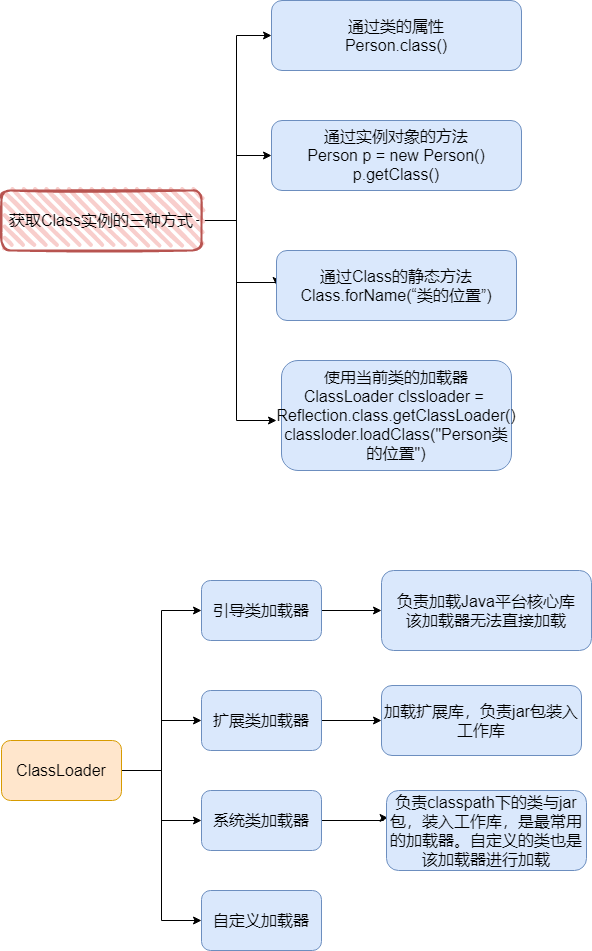
kusuzi/LearnJava keeps this draw.io diagram as Java/反射.png. Above is the earlier version. Source tidied: cells renumbered, new cells last; positions are measured from the earlier drawing's top-left corner, leaving out a move shared by most shapes.
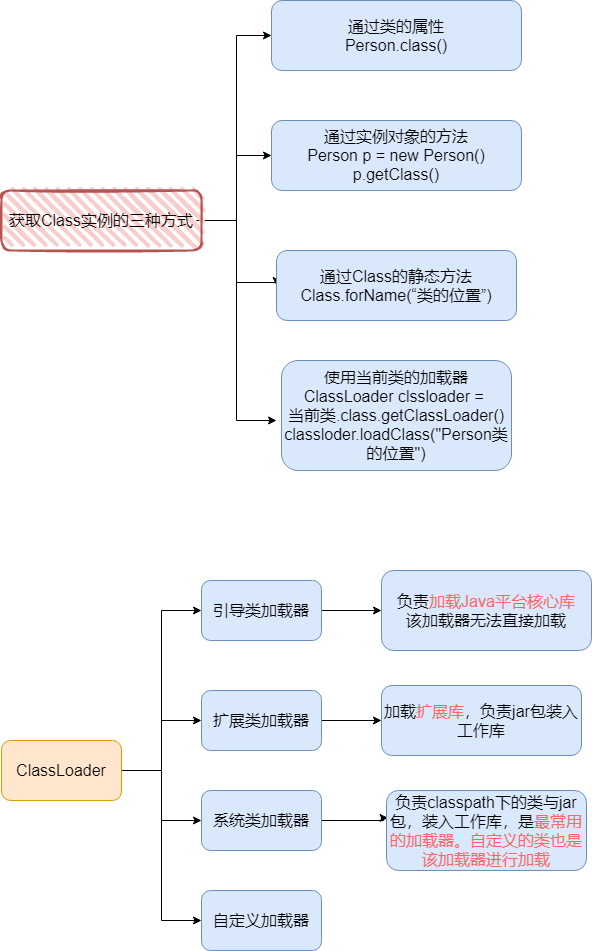
After the change.

Change to the diagram source:
```diff
@@ -40,7 +40,7 @@
     <mxCell id="9" value="通过Class的静态方法&lt;br style=&quot;font-size: 16px;&quot;&gt;Class.forName(“类的位置”)" style="rounded=1;whiteSpace=wrap;html=1;strokeColor=#6c8ebf;fillColor=#dae8fc;fontSize=16;" parent="1" vertex="1">
       <mxGeometry x="275" y="250" width="240" height="70" as="geometry" />
     </mxCell>
-    <mxCell id="10" value="使用当前类的加载器&lt;br&gt;ClassLoader clssloader = &lt;br&gt;Reflection.class.getClassLoader()&lt;br&gt;classloder.loadClass(&quot;Person类的位置&quot;)" style="rounded=1;whiteSpace=wrap;html=1;strokeColor=#6c8ebf;fillColor=#dae8fc;fontSize=16;" parent="1" vertex="1">
+    <mxCell id="10" value="使用当前类的加载器&lt;br&gt;ClassLoader clssloader = &lt;br&gt;当前类.class.getClassLoader()&lt;br&gt;classloder.loadClass(&quot;Person类的位置&quot;)" style="rounded=1;whiteSpace=wrap;html=1;strokeColor=#6c8ebf;fillColor=#dae8fc;fontSize=16;" parent="1" vertex="1">
       <mxGeometry x="280" y="360" width="230" height="110" as="geometry" />
     </mxCell>
     <mxCell id="11" style="edgeStyle=orthogonalEdgeStyle;rounded=0;jettySize=auto;html=1;entryX=0;entryY=0.5;entryDx=0;entryDy=0;fontSize=16;" parent="1" edge="1" source="15" target="17">
@@ -83,13 +83,13 @@
     <mxCell id="22" value="自定义加载器" style="rounded=1;whiteSpace=wrap;html=1;fontSize=16;strokeColor=#6c8ebf;fillColor=#dae8fc;" parent="1" vertex="1">
       <mxGeometry x="200" y="890" width="120" height="60" as="geometry" />
     </mxCell>
-    <mxCell id="23" value="负责加载Java平台核心库&lt;br&gt;该加载器无法直接加载" style="rounded=1;whiteSpace=wrap;html=1;fontSize=16;strokeColor=#6c8ebf;fillColor=#dae8fc;" parent="1" vertex="1">
+    <mxCell id="23" value="负责&lt;font color=&quot;#ff6666&quot;&gt;加载Java平台核心库&lt;/font&gt;&lt;br&gt;该加载器无法直接加载" style="rounded=1;whiteSpace=wrap;html=1;fontSize=16;strokeColor=#6c8ebf;fillColor=#dae8fc;" parent="1" vertex="1">
       <mxGeometry x="380" y="570" width="210" height="80" as="geometry" />
     </mxCell>
-    <mxCell id="24" value="加载扩展库，负责jar包装入工作库" style="rounded=1;whiteSpace=wrap;html=1;fontSize=16;strokeColor=#6c8ebf;fillColor=#dae8fc;" parent="1" vertex="1">
+    <mxCell id="24" value="加载&lt;font color=&quot;#ff6666&quot;&gt;扩展库&lt;/font&gt;，负责jar包装入工作库" style="rounded=1;whiteSpace=wrap;html=1;fontSize=16;strokeColor=#6c8ebf;fillColor=#dae8fc;" parent="1" vertex="1">
       <mxGeometry x="380" y="685" width="200" height="70" as="geometry" />
     </mxCell>
-    <mxCell id="25" value="负责classpath下的类与jar包，装入工作库，是最常用的加载器。自定义的类也是该加载器进行加载" style="rounded=1;whiteSpace=wrap;html=1;fontSize=16;strokeColor=#6c8ebf;fillColor=#dae8fc;" parent="1" vertex="1">
+    <mxCell id="25" value="负责classpath下的类与jar包，装入工作库，是&lt;font color=&quot;#ff6666&quot;&gt;最常用的加载器。自定义的类也是该加载器进行加载&lt;/font&gt;" style="rounded=1;whiteSpace=wrap;html=1;fontSize=16;strokeColor=#6c8ebf;fillColor=#dae8fc;" parent="1" vertex="1">
       <mxGeometry x="385" y="790" width="200" height="80" as="geometry" />
     </mxCell>
   </root>
```
